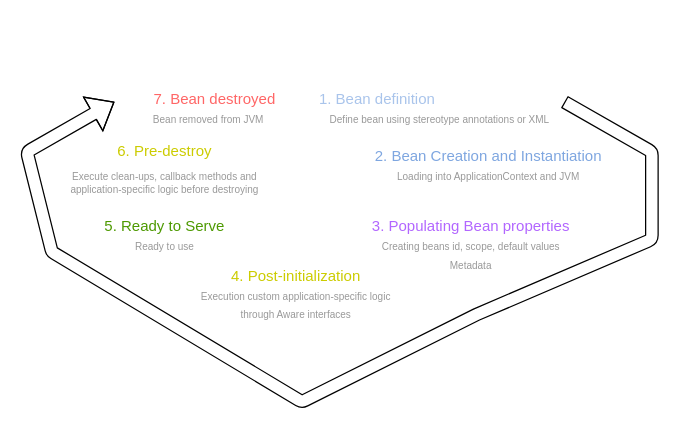
Before: Spring.drawio in FedosovMax/diagrams, a draw.io diagram. Source tidied: cells renumbered, new cells numbered last; positions are measured from the earlier drawing's top-left corner, leaving out a move shared by most shapes. Both pictures are drawn from the tidied source at 125%, with x=0, y=0 at pixel (26, 86).
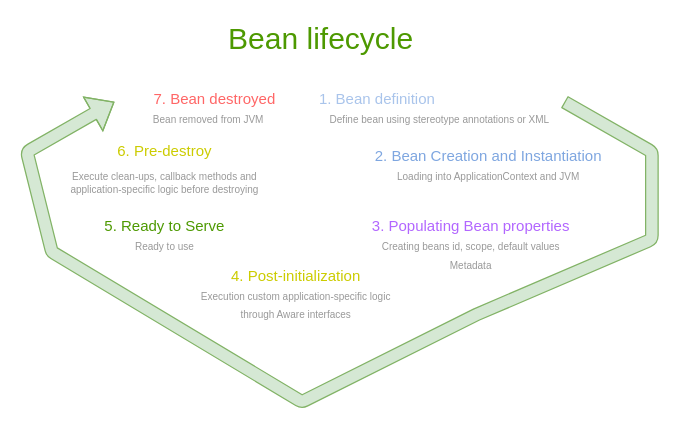
Above is the later version.

Diff of the diagram source:
```diff
@@
-    <mxCell id="16" style="shape=flexArrow;endArrow=classic;html=1;" parent="1" edge="1">
+    <mxCell id="16" style="shape=flexArrow;endArrow=classic;html=1;fillColor=#d5e8d4;strokeColor=#82b366;" parent="1" edge="1">
       <mxGeometry relative="1" as="geometry">
         <mxPoint x="430" y="12" as="sourcePoint" />
         <mxPoint x="70" y="12" as="targetPoint" />
         <Array as="points">
           <mxPoint x="500" y="52" />
           <mxPoint x="500" y="122" />
           <mxPoint x="360" y="182" />
           <mxPoint x="220" y="252" />
           <mxPoint x="20" y="132" />
           <mxPoint y="52" />
         </Array>
       </mxGeometry>
     </mxCell>
+    <mxCell id="17" value="&lt;font style=&quot;font-size: 24px&quot; color=&quot;#4D9900&quot;&gt;Bean lifecycle&lt;br&gt;&lt;/font&gt;" style="text;html=1;align=center;verticalAlign=middle;strokeColor=none;" parent="1" vertex="1">
+      <mxGeometry x="145" y="-48" width="180" height="20" as="geometry" />
+    </mxCell>
```
